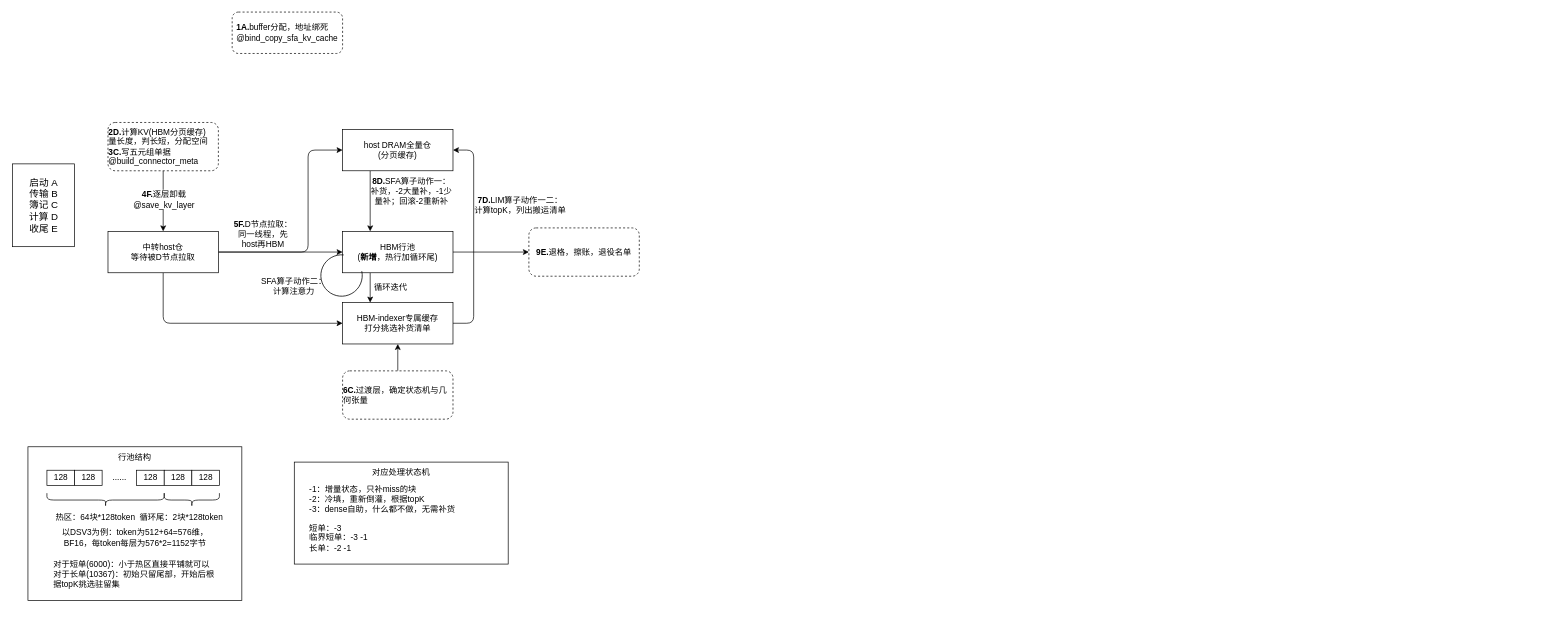
Above: doc/未命名绘图.drawio in linjinghan0/draw (draw.io), before the change. Source tidied: cells renumbered, new cells numbered last; positions are measured from the earlier drawing's top-left corner, leaving out a move shared by most shapes. Both pictures are drawn from the tidied source at 69%, with x=0, y=0 at pixel (12, 12).
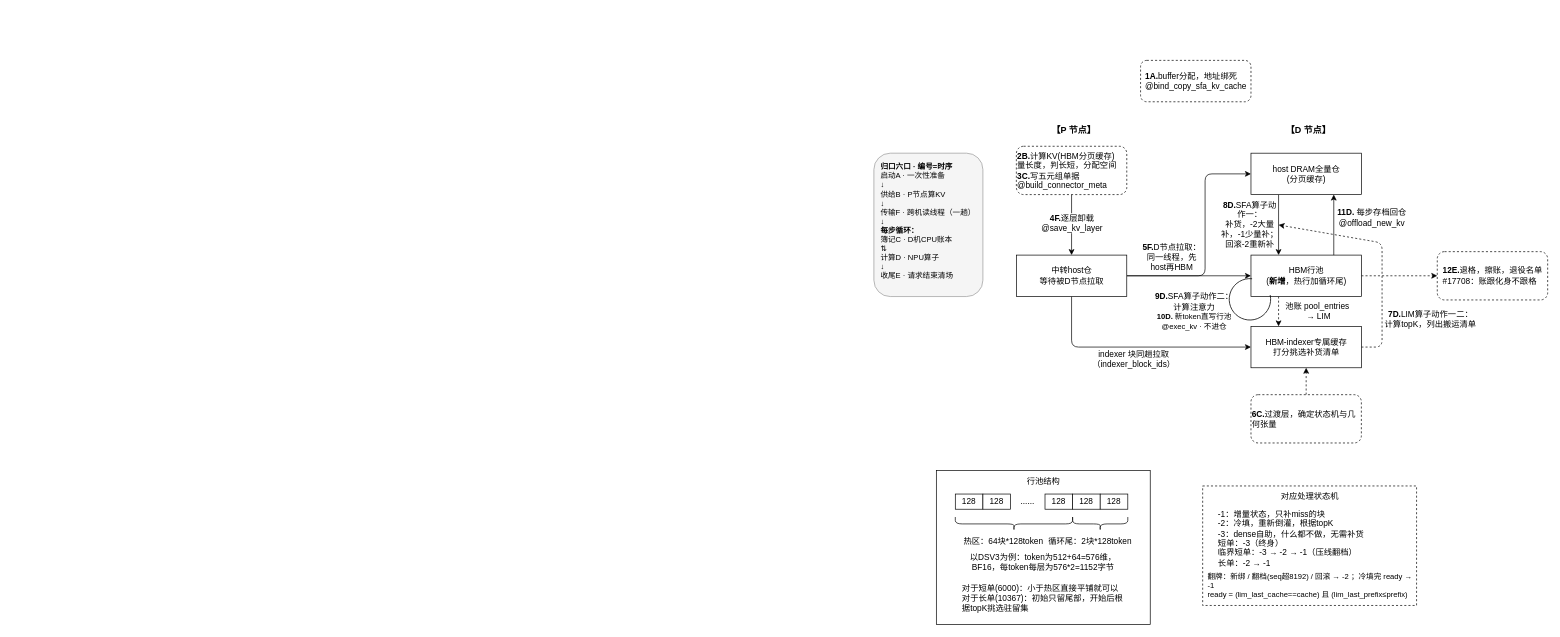
After the change.

Commit message:
更新未命名绘图.drawio

Unchanged cells that the change refers to:
```xml
<mxCell id="8" style="edgeStyle=orthogonalEdgeStyle;rounded=0;jettySize=auto;html=1;exitX=0.25;exitY=1;exitDx=0;exitDy=0;entryX=0.25;entryY=0;entryDx=0;entryDy=0;" parent="1" edge="1" source="9" target="12">
  <mxGeometry relative="1" as="geometry" />
</mxCell>
```

The edit, as a diff of the source:
```diff
@@
-    <mxCell id="2" style="edgeStyle=none;rounded=0;jettySize=auto;html=1;exitX=0.5;exitY=1;exitDx=0;exitDy=0;entryX=0.5;entryY=0;entryDx=0;entryDy=0;" parent="1" edge="1" target="7">
-      <mxGeometry relative="1" as="geometry">
-        <mxPoint x="218" y="230" as="sourcePoint" />
-      </mxGeometry>
-    </mxCell>
+    <mxCell id="45" style="edgeStyle=none;rounded=0;jettySize=auto;html=1;exitX=0.5;exitY=1;exitDx=0;exitDy=0;entryX=0.5;entryY=0;entryDx=0;entryDy=0;" parent="1" edge="1" target="7">
+      <mxGeometry relative="1" as="geometry">
+        <mxPoint x="1534.5" y="264.5" as="sourcePoint" />
+      </mxGeometry>
+    </mxCell>
-    <mxCell id="3" value="&lt;font style=&quot;font-size: 12px;&quot;&gt;&lt;b&gt;4F.&lt;/b&gt;逐层卸载&lt;/font&gt;&lt;div&gt;&lt;font style=&quot;font-size: 12px;&quot;&gt;@save_kv_layer&lt;/font&gt;&lt;/div&gt;" style="edgeLabel;html=1;align=center;verticalAlign=middle;" parent="2" vertex="1">
+    <mxCell id="3" value="&lt;font style=&quot;font-size: 12px;&quot;&gt;&lt;b&gt;4F.&lt;/b&gt;逐层卸载&lt;/font&gt;&lt;div&gt;&lt;font style=&quot;font-size: 12px;&quot;&gt;@save_kv_layer&lt;/font&gt;&lt;/div&gt;" style="edgeLabel;html=1;align=center;verticalAlign=middle;" parent="45" vertex="1">
       <mxGeometry x="-0.07" relative="1" as="geometry" />
     </mxCell>
@@
     <mxCell id="5" style="edgeStyle=orthogonalEdgeStyle;rounded=1;jettySize=auto;html=1;exitX=1;exitY=0.5;exitDx=0;exitDy=0;entryX=0;entryY=0.5;entryDx=0;entryDy=0;curved=0;" parent="1" edge="1" source="7" target="9">
       <mxGeometry relative="1" as="geometry">
         <Array as="points">
-          <mxPoint x="428" y="347.8" />
-          <mxPoint x="428" y="200" />
+          <mxPoint x="1728" y="382.3" />
+          <mxPoint x="1728" y="234.5" />
         </Array>
       </mxGeometry>
     </mxCell>
@@
     <mxCell id="7" value="中转host仓&lt;div&gt;等待被D节点拉取&lt;/div&gt;" style="rounded=0;whiteSpace=wrap;html=1;" parent="1" vertex="1">
-      <mxGeometry x="138" y="317.8" width="160" height="60" as="geometry" />
+      <mxGeometry x="1454.5" y="352.2" width="160" height="60" as="geometry" />
     </mxCell>
@@
     <mxCell id="9" value="host DRAM全量仓&lt;div&gt;(分页缓存)&lt;/div&gt;" style="rounded=0;whiteSpace=wrap;html=1;" parent="1" vertex="1">
-      <mxGeometry x="478" y="170" width="160" height="60" as="geometry" />
+      <mxGeometry x="1794.5" y="204.5" width="160" height="60" as="geometry" />
     </mxCell>
-    <mxCell id="10" style="edgeStyle=orthogonalEdgeStyle;rounded=0;jettySize=auto;html=1;exitX=1;exitY=0.5;exitDx=0;exitDy=0;entryX=0;entryY=0.5;entryDx=0;entryDy=0;" parent="1" edge="1" source="12" target="43">
-      <mxGeometry relative="1" as="geometry" />
-    </mxCell>
+    <mxCell id="46" style="edgeStyle=orthogonalEdgeStyle;rounded=0;jettySize=auto;html=1;dashed=1;exitX=1;exitY=0.5;exitDx=0;exitDy=0;entryX=0;entryY=0.5;entryDx=0;entryDy=0;" parent="1" edge="1" source="12" target="61">
+      <mxGeometry relative="1" as="geometry" />
+    </mxCell>
-    <mxCell id="11" style="edgeStyle=orthogonalEdgeStyle;rounded=0;jettySize=auto;html=1;exitX=0.25;exitY=1;exitDx=0;exitDy=0;entryX=0.25;entryY=0;entryDx=0;entryDy=0;" parent="1" edge="1" source="12" target="14">
+    <mxCell id="11" style="edgeStyle=orthogonalEdgeStyle;rounded=0;jettySize=auto;html=1;dashed=1;exitX=0.25;exitY=1;exitDx=0;exitDy=0;entryX=0.25;entryY=0;entryDx=0;entryDy=0;" parent="1" edge="1" source="12" target="14">
       <mxGeometry relative="1" as="geometry" />
     </mxCell>
     <mxCell id="12" value="HBM行池&lt;div&gt;(&lt;b&gt;新增&lt;/b&gt;，热行加循环尾)&lt;/div&gt;" style="rounded=0;whiteSpace=wrap;html=1;" parent="1" vertex="1">
-      <mxGeometry x="478" y="317.8" width="160" height="60" as="geometry" />
+      <mxGeometry x="1794.5" y="352.2" width="160" height="60" as="geometry" />
     </mxCell>
-    <mxCell id="13" style="edgeStyle=orthogonalEdgeStyle;rounded=1;jettySize=auto;html=1;exitX=1;exitY=0.5;exitDx=0;exitDy=0;entryX=1;entryY=0.5;entryDx=0;entryDy=0;curved=0;" parent="1" edge="1" source="14" target="9">
-      <mxGeometry relative="1" as="geometry">
-        <Array as="points">
-          <mxPoint x="668" y="451" />
-          <mxPoint x="668" y="200" />
-        </Array>
-      </mxGeometry>
-    </mxCell>
+    <mxCell id="47" style="edgeStyle=orthogonalEdgeStyle;rounded=1;jettySize=auto;html=1;dashed=1;exitX=1;exitY=0.5;exitDx=0;exitDy=0;curved=0;" parent="1" edge="1" source="14" target="8">
+      <mxGeometry relative="1" as="geometry">
+        <Array as="points">
+          <mxPoint x="1984.5" y="485.5" />
+          <mxPoint x="1984.5" y="334.5" />
+        </Array>
+      </mxGeometry>
+    </mxCell>
     <mxCell id="14" value="HBM-indexer专属缓存&lt;div&gt;打分挑选补货清单&lt;/div&gt;" style="rounded=0;whiteSpace=wrap;html=1;" parent="1" vertex="1">
-      <mxGeometry x="478" y="421" width="160" height="60" as="geometry" />
+      <mxGeometry x="1794.5" y="455.5" width="160" height="60" as="geometry" />
     </mxCell>
-    <mxCell id="15" value="&lt;font style=&quot;font-size: 14px;&quot;&gt;启动 A&lt;/font&gt;&lt;div&gt;&lt;font style=&quot;font-size: 14px;&quot;&gt;传输 B&lt;br&gt;&lt;/font&gt;&lt;div&gt;&lt;font style=&quot;font-size: 14px;&quot;&gt;簿记 C&lt;/font&gt;&lt;/div&gt;&lt;div&gt;&lt;font style=&quot;font-size: 14px;&quot;&gt;计算 D&lt;/font&gt;&lt;/div&gt;&lt;/div&gt;&lt;div&gt;&lt;font style=&quot;font-size: 14px;&quot;&gt;收尾 E&lt;/font&gt;&lt;/div&gt;" style="whiteSpace=wrap;html=1;" parent="1" vertex="1">
-      <mxGeometry x="-0.5" y="220" width="90" height="120" as="geometry" />
-    </mxCell>
     <mxCell id="16" value="&lt;div&gt;&lt;span style=&quot;background-color: transparent; color: light-dark(rgb(0, 0, 0), rgb(255, 255, 255));&quot;&gt;&lt;b&gt;5F.&lt;/b&gt;D节点拉取：&lt;/span&gt;&lt;/div&gt;&lt;div&gt;同一线程，先host再HBM&lt;/div&gt;" style="text;html=1;whiteSpace=wrap;strokeColor=none;fillColor=none;align=center;verticalAlign=middle;rounded=0;" parent="1" vertex="1">
-      <mxGeometry x="318" y="291.8" width="90" height="60" as="geometry" />
+      <mxGeometry x="1634.5" y="326.3" width="90" height="60" as="geometry" />
     </mxCell>
-    <mxCell id="17" value="&lt;div&gt;&lt;br&gt;&lt;/div&gt;" style="rounded=0;whiteSpace=wrap;html=1;" parent="1" vertex="1">
-      <mxGeometry x="22" y="630" width="310" height="223" as="geometry" />
-    </mxCell>
+    <mxCell id="48" value="&lt;div&gt;&lt;br&gt;&lt;/div&gt;" style="rounded=0;whiteSpace=wrap;html=1;" parent="1" vertex="1">
+      <mxGeometry x="1338.5" y="664.5" width="310" height="223" as="geometry" />
+    </mxCell>
     <mxCell id="18" value="行池结构" style="text;html=1;whiteSpace=wrap;strokeColor=none;fillColor=none;align=center;verticalAlign=middle;rounded=0;" parent="1" vertex="1">
-      <mxGeometry x="147" y="630" width="60" height="30" as="geometry" />
+      <mxGeometry x="1463.5" y="664.5" width="60" height="30" as="geometry" />
     </mxCell>
-    <mxCell id="19" value="128" style="rounded=0;whiteSpace=wrap;html=1;" parent="1" vertex="1">
-      <mxGeometry x="49.5" y="664" width="40" height="22" as="geometry" />
-    </mxCell>
-    <mxCell id="20" value="128" style="rounded=0;whiteSpace=wrap;html=1;" parent="1" vertex="1">
-      <mxGeometry x="89.5" y="664" width="40" height="22" as="geometry" />
-    </mxCell>
-    <mxCell id="21" value="128" style="rounded=0;whiteSpace=wrap;html=1;" parent="1" vertex="1">
-      <mxGeometry x="179.5" y="664" width="40" height="22" as="geometry" />
-    </mxCell>
-    <mxCell id="22" value="128" style="rounded=0;whiteSpace=wrap;html=1;" parent="1" vertex="1">
-      <mxGeometry x="219.5" y="664" width="40" height="22" as="geometry" />
-    </mxCell>
-    <mxCell id="23" value="128" style="rounded=0;whiteSpace=wrap;html=1;" parent="1" vertex="1">
-      <mxGeometry x="259.5" y="664" width="40" height="22" as="geometry" />
-    </mxCell>
-    <mxCell id="24" style="shape=curlyBracket;whiteSpace=wrap;html=1;rounded=1;flipH=1;labelPosition=right;verticalLabelPosition=middle;align=left;verticalAlign=middle;legacyAnchorPoints=0;rotation=90;" parent="1" vertex="1">
-      <mxGeometry x="124.5" y="622.2" width="20" height="170" as="geometry" />
-    </mxCell>
+    <mxCell id="49" value="128" style="rounded=0;whiteSpace=wrap;html=1;" parent="1" vertex="1">
+      <mxGeometry x="1366" y="698.5" width="40" height="22" as="geometry" />
+    </mxCell>
+    <mxCell id="50" value="128" style="rounded=0;whiteSpace=wrap;html=1;" parent="1" vertex="1">
+      <mxGeometry x="1406" y="698.5" width="40" height="22" as="geometry" />
+    </mxCell>
+    <mxCell id="51" value="128" style="rounded=0;whiteSpace=wrap;html=1;" parent="1" vertex="1">
+      <mxGeometry x="1496" y="698.5" width="40" height="22" as="geometry" />
+    </mxCell>
+    <mxCell id="52" value="128" style="rounded=0;whiteSpace=wrap;html=1;" parent="1" vertex="1">
+      <mxGeometry x="1536" y="698.5" width="40" height="22" as="geometry" />
+    </mxCell>
+    <mxCell id="53" value="128" style="rounded=0;whiteSpace=wrap;html=1;" parent="1" vertex="1">
+      <mxGeometry x="1576" y="698.5" width="40" height="22" as="geometry" />
+    </mxCell>
+    <mxCell id="54" style="shape=curlyBracket;whiteSpace=wrap;html=1;rounded=1;flipH=1;labelPosition=right;verticalLabelPosition=middle;align=left;verticalAlign=middle;legacyAnchorPoints=0;rotation=90;" parent="1" vertex="1">
+      <mxGeometry x="1441" y="656.8" width="20" height="170" as="geometry" />
+    </mxCell>
     <mxCell id="25" value="......" style="text;html=1;whiteSpace=wrap;strokeColor=none;fillColor=none;align=center;verticalAlign=middle;rounded=0;" parent="1" vertex="1">
-      <mxGeometry x="124.5" y="660" width="60" height="30" as="geometry" />
+      <mxGeometry x="1441" y="694.5" width="60" height="30" as="geometry" />
     </mxCell>
     <mxCell id="26" value="热区：64块*128token" style="text;html=1;whiteSpace=wrap;strokeColor=none;fillColor=none;align=center;verticalAlign=middle;rounded=0;" parent="1" vertex="1">
-      <mxGeometry x="59.5" y="717.2" width="120" height="30" as="geometry" />
+      <mxGeometry x="1376" y="751.8" width="120" height="30" as="geometry" />
     </mxCell>
-    <mxCell id="27" style="shape=curlyBracket;whiteSpace=wrap;html=1;rounded=1;flipH=1;labelPosition=right;verticalLabelPosition=middle;align=left;verticalAlign=middle;legacyAnchorPoints=0;rotation=90;" parent="1" vertex="1">
-      <mxGeometry x="249.5" y="667.2" width="20" height="80" as="geometry" />
-    </mxCell>
+    <mxCell id="55" style="shape=curlyBracket;whiteSpace=wrap;html=1;rounded=1;flipH=1;labelPosition=right;verticalLabelPosition=middle;align=left;verticalAlign=middle;legacyAnchorPoints=0;rotation=90;" parent="1" vertex="1">
+      <mxGeometry x="1566" y="701.8" width="20" height="80" as="geometry" />
+    </mxCell>
     <mxCell id="28" value="循环尾：2块*128token" style="text;html=1;whiteSpace=wrap;strokeColor=none;fillColor=none;align=center;verticalAlign=middle;rounded=0;" parent="1" vertex="1">
-      <mxGeometry x="177" y="717.2" width="135" height="30" as="geometry" />
+      <mxGeometry x="1493.5" y="751.8" width="135" height="30" as="geometry" />
     </mxCell>
     <mxCell id="29" value="以DSV3为例：token为512+64=576维，BF16，每token每层为576*2=1152字节" style="text;html=1;whiteSpace=wrap;strokeColor=none;fillColor=none;align=center;verticalAlign=middle;rounded=0;" parent="1" vertex="1">
-      <mxGeometry x="69.5" y="747.2" width="215" height="30" as="geometry" />
+      <mxGeometry x="1386" y="781.8" width="215" height="30" as="geometry" />
     </mxCell>
     <mxCell id="30" value="对于短单(6000)：小于热区直接平铺就可以&lt;div&gt;对于长单(10367)：初始只留尾部，&lt;span style=&quot;background-color: transparent; color: light-dark(rgb(0, 0, 0), rgb(255, 255, 255));&quot;&gt;开始后根据topK挑选驻留集&lt;/span&gt;&lt;/div&gt;" style="text;html=1;whiteSpace=wrap;strokeColor=none;fillColor=none;align=left;verticalAlign=middle;rounded=0;" parent="1" vertex="1">
-      <mxGeometry x="57" y="800" width="240" height="30" as="geometry" />
+      <mxGeometry x="1373.5" y="834.5" width="240" height="30" as="geometry" />
     </mxCell>
-    <mxCell id="31" value="&lt;div&gt;&lt;br&gt;&lt;/div&gt;" style="rounded=0;whiteSpace=wrap;html=1;" parent="1" vertex="1">
-      <mxGeometry x="408" y="652.2" width="310" height="147.8" as="geometry" />
-    </mxCell>
+    <mxCell id="56" value="&lt;div&gt;&lt;br&gt;&lt;/div&gt;" style="rounded=0;whiteSpace=wrap;html=1;dashed=1;" parent="1" vertex="1">
+      <mxGeometry x="1724.5" y="686.8" width="310" height="173.2" as="geometry" />
+    </mxCell>
     <mxCell id="32" value="对应处理状态机" style="text;html=1;whiteSpace=wrap;strokeColor=none;fillColor=none;align=center;verticalAlign=middle;rounded=0;" parent="1" vertex="1">
-      <mxGeometry x="518" y="652.2" width="90" height="30" as="geometry" />
+      <mxGeometry x="1834.5" y="686.8" width="90" height="30" as="geometry" />
     </mxCell>
     <mxCell id="33" value="-1：增量状态，只补miss的块&lt;div&gt;-2：冷填，重新倒灌，根据topK&lt;/div&gt;&lt;div style=&quot;&quot;&gt;-3：dense自助，什么都不做，无需补货&lt;/div&gt;" style="text;html=1;whiteSpace=wrap;strokeColor=none;fillColor=none;align=left;verticalAlign=middle;rounded=0;" parent="1" vertex="1">
-      <mxGeometry x="428" y="682.2" width="240" height="47.2" as="geometry" />
+      <mxGeometry x="1744.5" y="718.5" width="240" height="46" as="geometry" />
     </mxCell>
     <mxCell id="34" value="&lt;b&gt;8D.&lt;/b&gt;SFA算子动作一：&lt;div&gt;补货，&lt;span style=&quot;background-color: transparent; color: light-dark(rgb(0, 0, 0), rgb(255, 255, 255));&quot;&gt;-2大量补，&lt;/span&gt;&lt;span style=&quot;background-color: transparent; color: light-dark(rgb(0, 0, 0), rgb(255, 255, 255));&quot;&gt;-1少量补；回滚-2重新补&lt;/span&gt;&lt;/div&gt;" style="text;html=1;whiteSpace=wrap;strokeColor=none;fillColor=none;align=center;verticalAlign=middle;rounded=0;" parent="1" vertex="1">
-      <mxGeometry x="518" y="245" width="120" height="30" as="geometry" />
+      <mxGeometry x="1748" y="292" width="90" height="32" as="geometry" />
     </mxCell>
     <mxCell id="35" value="&lt;b&gt;7D.&lt;/b&gt;LIM算子动作一二：&lt;div&gt;计算topK，列出搬运清单&lt;/div&gt;" style="text;html=1;whiteSpace=wrap;strokeColor=none;fillColor=none;align=center;verticalAlign=middle;rounded=0;" parent="1" vertex="1">
-      <mxGeometry x="668" y="265" width="135" height="30" as="geometry" />
+      <mxGeometry x="1984.5" y="424.5" width="140" height="40" as="geometry" />
     </mxCell>
-    <mxCell id="36" style="shape=mxgraph.basic.arc;html=1;startAngle=0.3;endAngle=0.1;endArrow=classic;endFill=1;rotation=-30;" parent="1" vertex="1">
-      <mxGeometry x="446.5" y="351.8" width="60" height="60" as="geometry" />
-    </mxCell>
-    <mxCell id="37" value="SFA算子动作二：&lt;div&gt;计算注意力&lt;/div&gt;" style="text;html=1;whiteSpace=wrap;strokeColor=none;fillColor=none;align=center;verticalAlign=middle;rounded=0;" parent="1" vertex="1">
-      <mxGeometry x="358" y="381.8" width="98.5" height="30" as="geometry" />
-    </mxCell>
-    <mxCell id="38" value="短单：-3&lt;div&gt;临界短单：-3 -1&lt;/div&gt;&lt;div&gt;长单：-2 -1&lt;/div&gt;" style="text;html=1;whiteSpace=wrap;strokeColor=none;fillColor=none;align=left;verticalAlign=middle;rounded=0;" parent="1" vertex="1">
-      <mxGeometry x="428" y="738.6" width="240" height="47.2" as="geometry" />
-    </mxCell>
+    <mxCell id="57" style="shape=mxgraph.basic.arc;html=1;startAngle=0.3;endAngle=0.1;endArrow=classic;endFill=1;rotation=-30;" parent="1" vertex="1">
+      <mxGeometry x="1763" y="386.3" width="60" height="60" as="geometry" />
+    </mxCell>
+    <mxCell id="58" value="&lt;b&gt;9D.&lt;/b&gt;SFA算子动作二：&lt;div&gt;计算注意力&lt;/div&gt;&lt;div&gt;&lt;b style=&quot;font-size: 11px;&quot;&gt;10D.&lt;/b&gt;&lt;span style=&quot;font-size: 11px;&quot;&gt; 新token直写行池&lt;/span&gt;&lt;div style=&quot;font-size: 11px;&quot;&gt;@exec_kv · 不进仓&lt;/div&gt;&lt;/div&gt;" style="text;html=1;whiteSpace=wrap;strokeColor=none;fillColor=none;align=center;verticalAlign=middle;rounded=0;" parent="1" vertex="1">
+      <mxGeometry x="1648" y="419" width="129.2" height="30" as="geometry" />
+    </mxCell>
+    <mxCell id="59" value="短单：-3（终身）&lt;div&gt;临界短单：-3 → -2 → -1（压线翻档）&lt;/div&gt;&lt;div&gt;长单：-2 → -1&lt;/div&gt;" style="text;html=1;whiteSpace=wrap;strokeColor=none;fillColor=none;align=left;verticalAlign=middle;rounded=0;" parent="1" vertex="1">
+      <mxGeometry x="1744.5" y="762.5" width="240" height="42" as="geometry" />
+    </mxCell>
     <mxCell id="39" value="&lt;div style=&quot;text-align: start;&quot;&gt;&lt;span style=&quot;background-color: transparent; color: light-dark(rgb(0, 0, 0), rgb(255, 255, 255));&quot;&gt;&lt;b&gt;1A.&lt;/b&gt;buffer分配，地址绑死&lt;/span&gt;&lt;/div&gt;&lt;div style=&quot;text-align: start;&quot;&gt;&lt;span style=&quot;background-color: transparent;&quot;&gt;@bind_copy_sfa_kv_cache&lt;/span&gt;&lt;/div&gt;" style="rounded=1;whiteSpace=wrap;html=1;roundedPerimeter=1;dashed=1;" parent="1" vertex="1">
-      <mxGeometry x="318" width="160" height="60" as="geometry" />
+      <mxGeometry x="1634.5" y="70" width="160" height="60" as="geometry" />
     </mxCell>
-    <mxCell id="40" value="&lt;div style=&quot;text-align: start;&quot;&gt;&lt;span style=&quot;text-align: center;&quot;&gt;&lt;b&gt;2D.&lt;/b&gt;计算KV(HBM分页缓存)&lt;/span&gt;&lt;div style=&quot;text-align: center;&quot;&gt;&lt;div style=&quot;text-align: start;&quot;&gt;量长度，判长短，分配空间&lt;/div&gt;&lt;div style=&quot;text-align: start;&quot;&gt;&lt;b&gt;3C.&lt;/b&gt;写五元组单据@build_connector_meta&lt;/div&gt;&lt;/div&gt;&lt;/div&gt;" style="rounded=1;whiteSpace=wrap;html=1;roundedPerimeter=1;dashed=1;" parent="1" vertex="1">
-      <mxGeometry x="138" y="160" width="160" height="70" as="geometry" />
-    </mxCell>
+    <mxCell id="60" value="&lt;div style=&quot;text-align: start;&quot;&gt;&lt;span style=&quot;text-align: center;&quot;&gt;&lt;b&gt;2B.&lt;/b&gt;计算KV(HBM分页缓存)&lt;/span&gt;&lt;div style=&quot;text-align: center;&quot;&gt;&lt;div style=&quot;text-align: start;&quot;&gt;量长度，判长短，分配空间&lt;/div&gt;&lt;div style=&quot;text-align: start;&quot;&gt;&lt;b&gt;3C.&lt;/b&gt;写五元组单据@build_connector_meta&lt;/div&gt;&lt;/div&gt;&lt;/div&gt;" style="rounded=1;whiteSpace=wrap;html=1;roundedPerimeter=1;dashed=1;" parent="1" vertex="1">
+      <mxGeometry x="1454.5" y="194.5" width="160" height="70" as="geometry" />
+    </mxCell>
-    <mxCell id="41" style="edgeStyle=orthogonalEdgeStyle;rounded=0;jettySize=auto;html=1;exitX=0.5;exitY=0;exitDx=0;exitDy=0;entryX=0.5;entryY=1;entryDx=0;entryDy=0;" parent="1" edge="1" source="42" target="14">
+    <mxCell id="41" style="edgeStyle=orthogonalEdgeStyle;rounded=0;jettySize=auto;html=1;dashed=1;exitX=0.5;exitY=0;exitDx=0;exitDy=0;entryX=0.5;entryY=1;entryDx=0;entryDy=0;" parent="1" edge="1" source="42" target="14">
       <mxGeometry relative="1" as="geometry" />
     </mxCell>
     <mxCell id="42" value="&lt;div style=&quot;text-align: start;&quot;&gt;&lt;b&gt;6C.&lt;/b&gt;过渡层，确定状态机与几何张量&lt;/div&gt;" style="rounded=1;whiteSpace=wrap;html=1;roundedPerimeter=1;dashed=1;" parent="1" vertex="1">
-      <mxGeometry x="478" y="520" width="160" height="70" as="geometry" />
+      <mxGeometry x="1794.5" y="554.5" width="160" height="70" as="geometry" />
     </mxCell>
-    <mxCell id="43" value="&lt;div style=&quot;text-align: start;&quot;&gt;&lt;b&gt;9E.&lt;/b&gt;退格，擦账，退役名单&lt;/div&gt;" style="rounded=1;whiteSpace=wrap;html=1;roundedPerimeter=1;dashed=1;" parent="1" vertex="1">
-      <mxGeometry x="748" y="312.8" width="160" height="70" as="geometry" />
-    </mxCell>
-    <mxCell id="44" value="循环迭代" style="text;html=1;whiteSpace=wrap;strokeColor=none;fillColor=none;align=center;verticalAlign=middle;rounded=0;" parent="1" vertex="1">
-      <mxGeometry x="518" y="384" width="60" height="30" as="geometry" />
-    </mxCell>
+    <mxCell id="61" value="&lt;div style=&quot;text-align: start;&quot;&gt;&lt;b&gt;12E.&lt;/b&gt;退格，擦账，退役名单&lt;/div&gt;&lt;div style=&quot;text-align: start;&quot;&gt;#17708：账跟化身不跟格&lt;/div&gt;" style="rounded=1;whiteSpace=wrap;html=1;roundedPerimeter=1;dashed=1;" parent="1" vertex="1">
+      <mxGeometry x="2064.5" y="347.2" width="160" height="70" as="geometry" />
+    </mxCell>
+    <mxCell id="62" value="&lt;b&gt;归口六口 · 编号=时序&lt;/b&gt;&lt;div&gt;启动A · 一次性准备&lt;/div&gt;&lt;div&gt;↓&lt;/div&gt;&lt;div&gt;供给B · P节点算KV&lt;/div&gt;&lt;div&gt;↓&lt;/div&gt;&lt;div&gt;传输F · 跨机读线程（一趟）&lt;/div&gt;&lt;div&gt;↓&lt;/div&gt;&lt;div&gt;&lt;b&gt;每步循环：&lt;/b&gt;&lt;/div&gt;&lt;div&gt;簿记C · D机CPU账本&lt;/div&gt;&lt;div&gt;⇅&lt;/div&gt;&lt;div&gt;计算D · NPU算子&lt;/div&gt;&lt;div&gt;↓&lt;/div&gt;&lt;div&gt;收尾E · 请求结束清场&lt;/div&gt;" style="rounded=1;whiteSpace=wrap;html=1;fillColor=#f5f5f5;strokeColor=#999999;align=left;verticalAlign=top;spacingLeft=8;spacingTop=6;fontSize=11;" parent="1" vertex="1">
+      <mxGeometry x="1248" y="204.5" width="158" height="207.8" as="geometry" />
+    </mxCell>
+    <mxCell id="63" value="&lt;b&gt;【P 节点】&lt;/b&gt;" style="text;html=1;whiteSpace=wrap;strokeColor=none;fillColor=none;align=center;verticalAlign=middle;rounded=0;fontSize=13;" parent="1" vertex="1">
+      <mxGeometry x="1498" y="160.5" width="80" height="20" as="geometry" />
+    </mxCell>
+    <mxCell id="64" value="&lt;b&gt;【D 节点】&lt;/b&gt;" style="text;html=1;whiteSpace=wrap;strokeColor=none;fillColor=none;align=center;verticalAlign=middle;rounded=0;fontSize=13;" parent="1" vertex="1">
+      <mxGeometry x="1838" y="160.5" width="80" height="20" as="geometry" />
+    </mxCell>
+    <mxCell id="65" style="edgeStyle=orthogonalEdgeStyle;rounded=0;html=1;exitX=0.75;exitY=0;exitDx=0;exitDy=0;entryX=0.75;entryY=1;entryDx=0;entryDy=0;" parent="1" edge="1" source="12" target="9">
+      <mxGeometry relative="1" as="geometry" />
+    </mxCell>
+    <mxCell id="66" value="&lt;font style=&quot;font-size: 12px;&quot;&gt;&lt;b&gt;11D.&lt;/b&gt; 每步存档回仓&lt;/font&gt;&lt;div&gt;&lt;font style=&quot;font-size: 12px;&quot;&gt;@offload_new_kv&lt;/font&gt;&lt;/div&gt;" style="text;html=1;whiteSpace=wrap;strokeColor=none;fillColor=none;align=center;verticalAlign=middle;rounded=0;fontSize=11;" parent="1" vertex="1">
+      <mxGeometry x="1914" y="277.8" width="112" height="40" as="geometry" />
+    </mxCell>
+    <mxCell id="67" value="&lt;font style=&quot;font-size: 12px;&quot;&gt;indexer 块同趟拉取（indexer_block_ids）&lt;/font&gt;" style="text;html=1;whiteSpace=wrap;strokeColor=none;fillColor=none;align=center;verticalAlign=middle;rounded=0;fontSize=10;" parent="1" vertex="1">
+      <mxGeometry x="1539.5" y="490.5" width="170" height="25" as="geometry" />
+    </mxCell>
+    <mxCell id="68" value="&lt;font style=&quot;font-size: 12px;&quot;&gt;池账 pool_entries&lt;/font&gt;&lt;div&gt;&lt;font style=&quot;font-size: 12px;&quot;&gt;&amp;nbsp;→ LIM&lt;/font&gt;&lt;/div&gt;" style="text;html=1;whiteSpace=wrap;strokeColor=none;fillColor=none;align=center;verticalAlign=middle;rounded=0;fontSize=10;" parent="1" vertex="1">
+      <mxGeometry x="1834.5" y="422" width="112" height="24" as="geometry" />
+    </mxCell>
+    <mxCell id="69" value="&lt;div&gt;翻牌：新绑 / 翻档(seq超8192) / 回滚 → -2 ；冷填完 ready → -1&lt;/div&gt;&lt;div&gt;ready = (lim_last_cache==cache) 且 (lim_last_prefix≤prefix)&lt;/div&gt;" style="text;html=1;whiteSpace=wrap;strokeColor=none;fillColor=none;align=left;verticalAlign=middle;rounded=0;fontSize=11;" parent="1" vertex="1">
+      <mxGeometry x="1729.5" y="830" width="300" height="2.5" as="geometry" />
+    </mxCell>
```
